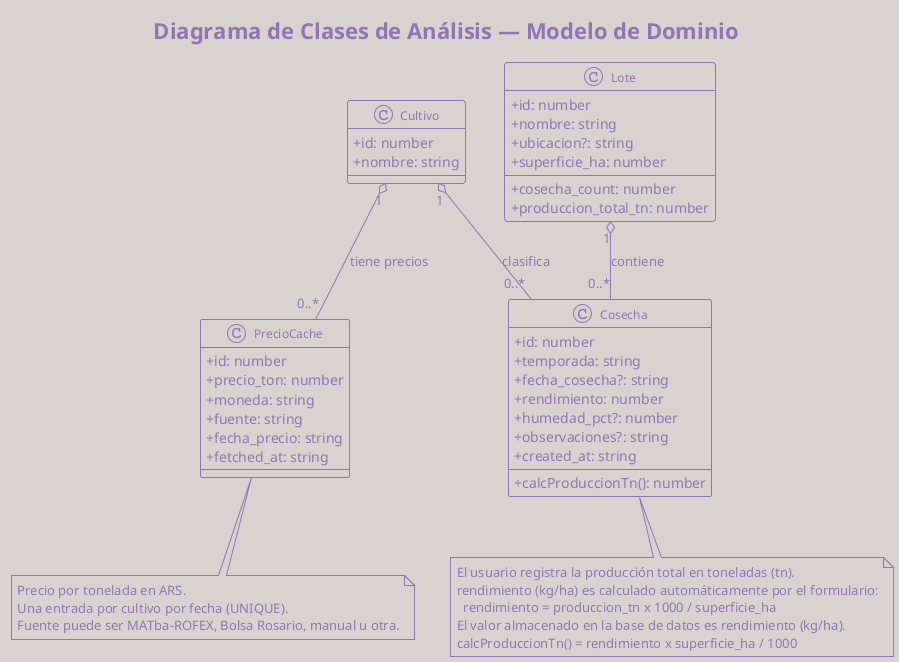
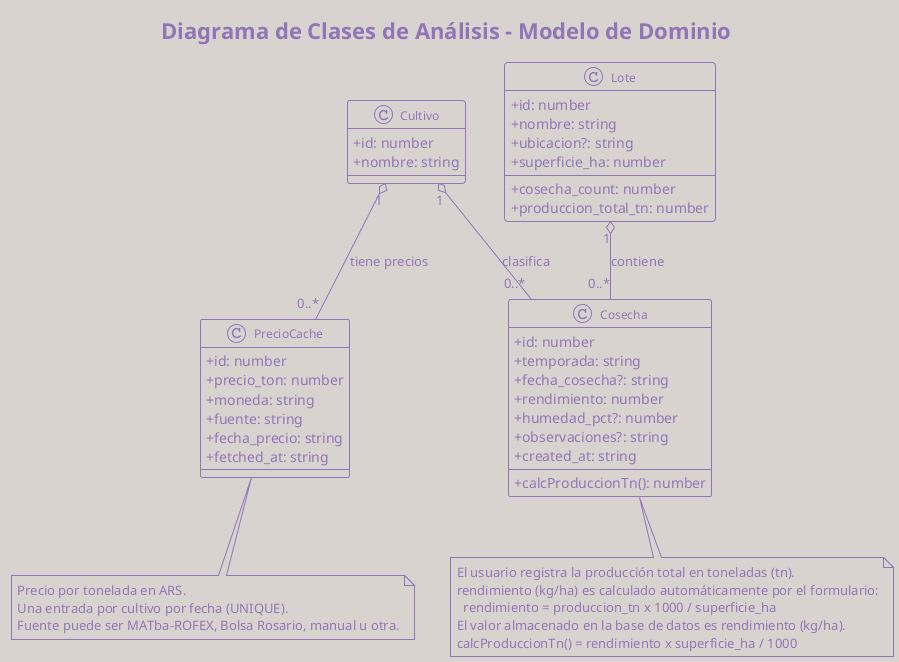
@startuml analysis-domain
- title Diagrama de Clases de Análisis — Modelo de Dominio
+ title Diagrama de Clases de Análisis - Modelo de Dominio

skinparam classAttributeIconSize 0
skinparam classFontSize 12
skinparam shadowing false

!theme mimeograph

class Cultivo {
  + id: number
  + nombre: string
}

class Lote {
  + id: number
  + nombre: string
  + ubicacion?: string
  + superficie_ha: number
  --
  ' Atributos derivados (calculados vía JOIN)
  + cosecha_count: number
  + produccion_total_tn: number
}

class Cosecha {
  + id: number
  + temporada: string
  + fecha_cosecha?: string
  + rendimiento: number
  + humedad_pct?: number
  + observaciones?: string
  + created_at: string
  --
  + calcProduccionTn(): number
}

class PrecioCache {
  + id: number
  + precio_ton: number
  + moneda: string
  + fuente: string
  + fecha_precio: string
  + fetched_at: string
}

' Relationships
Lote    "1" o-- "0..*" Cosecha    : contiene
Cultivo "1" o-- "0..*" Cosecha    : clasifica
Cultivo "1" o-- "0..*" PrecioCache: tiene precios

note bottom of Cosecha
  El usuario registra la producción total en toneladas (tn).
  rendimiento (kg/ha) es calculado automáticamente por el formulario:
    rendimiento = produccion_tn x 1000 / superficie_ha
  El valor almacenado en la base de datos es rendimiento (kg/ha).
  calcProduccionTn() = rendimiento x superficie_ha / 1000
end note

note bottom of PrecioCache
  Precio por tonelada en ARS.
  Una entrada por cultivo por fecha (UNIQUE).
  Fuente puede ser MATba-ROFEX, Bolsa Rosario, manual u otra.
end note

@enduml
